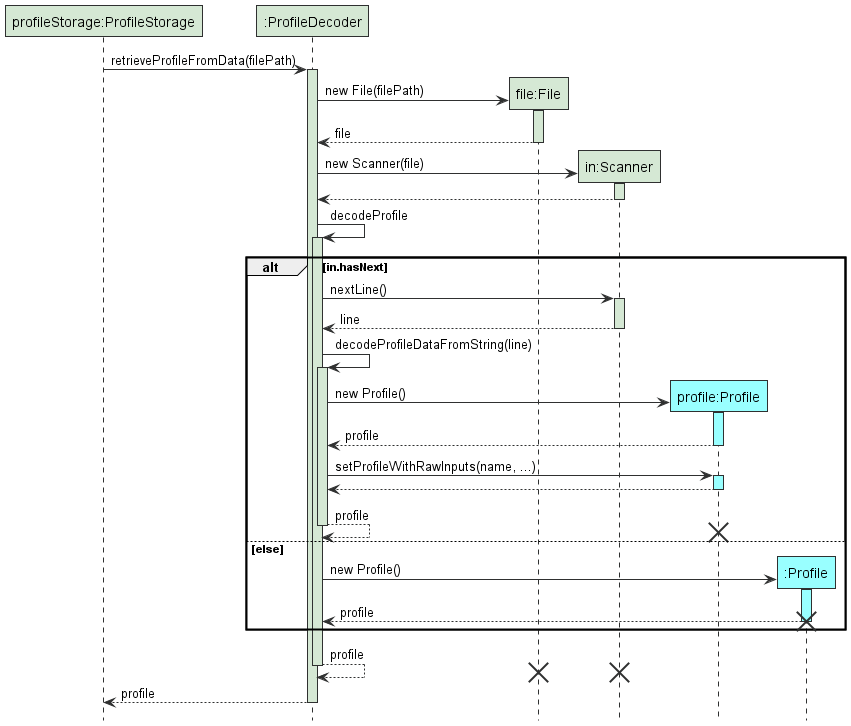
tryyang2001/tp keeps this PlantUML diagram as docs/images/StorageManagerLoadSequenceRef2.png. Above is the earlier version. Source of this version:
```plantuml
@startuml

!include style.puml
hide footbox

participant "profileStorage:ProfileStorage" As ProfileStorage STORAGE_COLOUR
participant ":ProfileDecoder" As ProfileDecoder STORAGE_COLOUR

participant "file:File" As File STORAGE_COLOUR
participant "in:Scanner" As Scanner STORAGE_COLOUR
participant "profile:Profile" As Profile DATA_COLOUR
participant ":Profile" As Profile2 DATA_COLOUR

ProfileStorage -> ProfileDecoder: retrieveProfileFromData(filePath)
activate ProfileDecoder STORAGE_COLOUR
    ProfileDecoder -> File **: new File(filePath)
    activate File STORAGE_COLOUR
        File --> ProfileDecoder: file
    deactivate
    ProfileDecoder -> Scanner ** : new Scanner(file)
    activate Scanner STORAGE_COLOUR
        Scanner --> ProfileDecoder:
    deactivate
    ProfileDecoder -> ProfileDecoder ++ STORAGE_COLOUR: decodeProfile
    alt in.hasNext
        ProfileDecoder -> Scanner : nextLine()
        activate Scanner STORAGE_COLOUR
            Scanner --> ProfileDecoder: line
        deactivate
        ProfileDecoder -> ProfileDecoder ++ STORAGE_COLOUR: decodeProfileDataFromString(line)
        ProfileDecoder -> Profile ** : new Profile()
        activate Profile DATA_COLOUR
            Profile --> ProfileDecoder : profile
        deactivate
        ProfileDecoder -> Profile: setProfileWithRawInputs(name, ...)
        activate Profile DATA_COLOUR
            Profile --> ProfileDecoder :
        deactivate
        ProfileDecoder --> ProfileDecoder -- : profile
        destroy Profile
    else else
        ProfileDecoder -> Profile2 ** : new Profile()
        activate Profile2 DATA_COLOUR
            Profile2 --> ProfileDecoder : profile
        deactivate
        destroy Profile2
    end
    ProfileDecoder --> ProfileDecoder -- : profile
    destroy Scanner
    destroy File
    ProfileDecoder --> ProfileStorage : profile
deactivate

@enduml
```
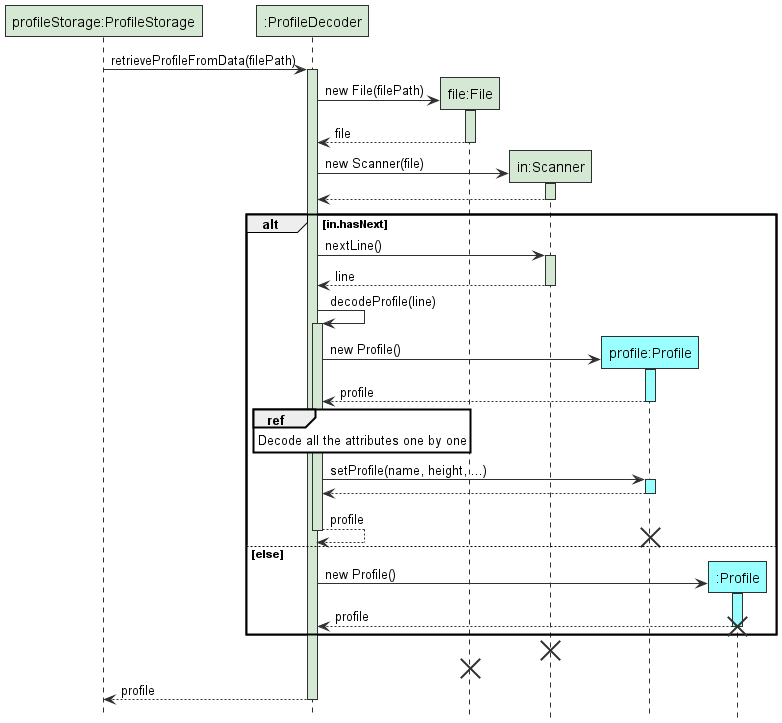
After the change.

The edit, as a diff of the source:
```diff
@@ -21,18 +21,20 @@
     activate Scanner STORAGE_COLOUR
         Scanner --> ProfileDecoder:
     deactivate
-    ProfileDecoder -> ProfileDecoder ++ STORAGE_COLOUR: decodeProfile
     alt in.hasNext
         ProfileDecoder -> Scanner : nextLine()
         activate Scanner STORAGE_COLOUR
             Scanner --> ProfileDecoder: line
         deactivate
-        ProfileDecoder -> ProfileDecoder ++ STORAGE_COLOUR: decodeProfileDataFromString(line)
+        ProfileDecoder -> ProfileDecoder ++ STORAGE_COLOUR: decodeProfile(line)
         ProfileDecoder -> Profile ** : new Profile()
         activate Profile DATA_COLOUR
             Profile --> ProfileDecoder : profile
         deactivate
-        ProfileDecoder -> Profile: setProfileWithRawInputs(name, ...)
+        ref over ProfileDecoder
+        Decode all the attributes one by one
+        end ref
+        ProfileDecoder -> Profile: setProfile(name, height, ...)
         activate Profile DATA_COLOUR
             Profile --> ProfileDecoder :
         deactivate
@@ -45,7 +47,6 @@
         deactivate
         destroy Profile2
     end
-    ProfileDecoder --> ProfileDecoder -- : profile
     destroy Scanner
     destroy File
     ProfileDecoder --> ProfileStorage : profile
```
